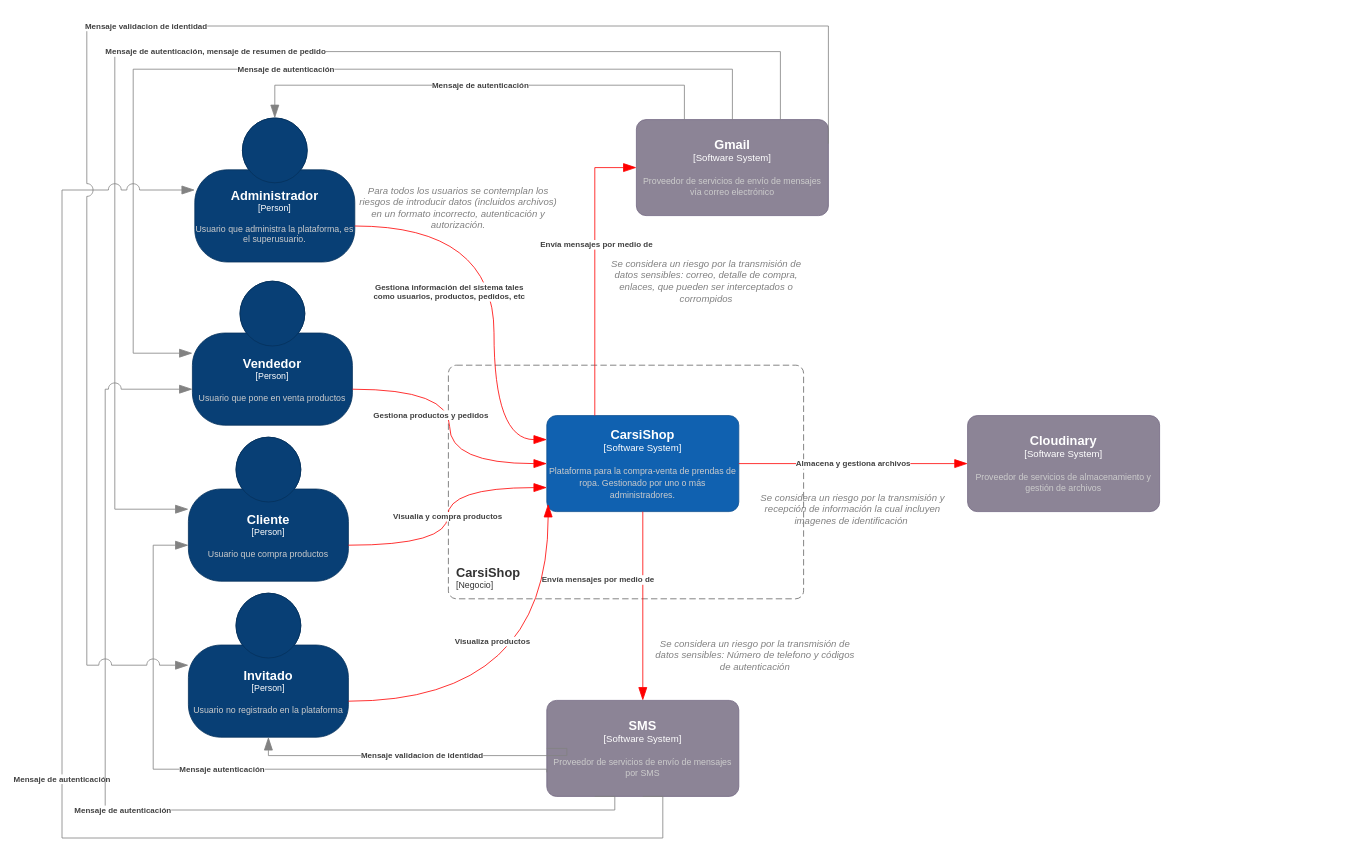
EmilianoChofis/c4CarsiShop keeps this draw.io diagram as page "contexto con riesgos" (1 of 10) of Diagrama/c4CarsiShop.drawio. Above is the earlier version. Source tidied: cells renumbered, new cells numbered last; positions are measured from the earlier drawing's top-left corner, leaving out a move shared by most shapes. Both pictures are drawn from the tidied source at 80%, with x=0, y=0 at pixel (62, 26).
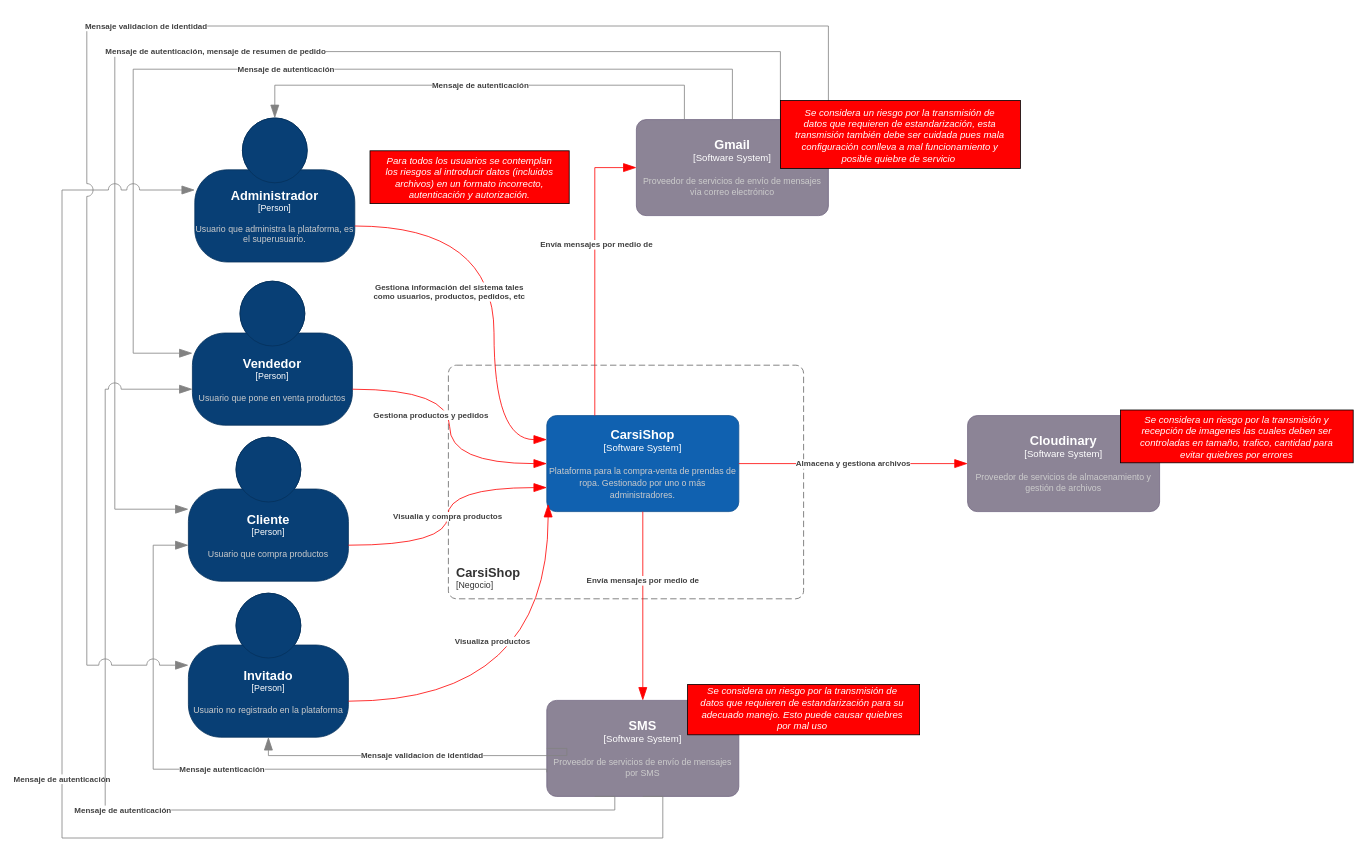
The same diagram, later.

Commit message:
contexto-riesgos actualizado

Unchanged cells that the change refers to:
```xml
<object id="7" label="&lt;font style=&quot;font-size: 16px&quot;&gt;&lt;b&gt;%c4Name%&lt;/b&gt;&lt;/font&gt;&lt;div&gt;[%c4Type%]&lt;/div&gt;&lt;br&gt;&lt;div&gt;&lt;font style=&quot;font-size: 11px&quot;&gt;&lt;font color=&quot;#cccccc&quot;&gt;%c4Description%&lt;/font&gt;&lt;/div&gt;" c4Description="Plataforma para la compra-venta de prendas de ropa. Gestionado por uno o más administradores." c4Name="CarsiShop" c4Type="Software System" placeholders="1">
  <mxCell style="rounded=1;whiteSpace=wrap;html=1;labelBackgroundColor=none;fillColor=#1061B0;fontColor=#ffffff;align=center;arcSize=10;strokeColor=#0D5091;points=[[0.25,0,0],[0.5,0,0],[0.75,0,0],[1,0.25,0],[1,0.5,0],[1,0.75,0],[0.75,1,0],[0.5,1,0],[0.25,1,0],[0,0.75,0],[0,0.5,0],[0,0.25,0]];" parent="1" vertex="1">
    <mxGeometry x="606" y="487" width="240" height="120" as="geometry" />
  </mxCell>
</object>
```

Diff of the diagram source:
```diff
@@
+    <object id="10" label="&lt;font style=&quot;font-size: 16px&quot;&gt;&lt;b&gt;%c4Name%&lt;/b&gt;&lt;/font&gt;&lt;div&gt;[%c4Type%]&lt;/div&gt;&lt;br&gt;&lt;div&gt;&lt;font style=&quot;font-size: 11px&quot;&gt;&lt;font color=&quot;#cccccc&quot;&gt;%c4Description%&lt;/font&gt;&lt;/div&gt;" c4Description="Proveedor de servicios de envío de mensajes por SMS" c4Name="SMS " c4Type="Software System" placeholders="1">
+      <mxCell style="rounded=1;whiteSpace=wrap;html=1;labelBackgroundColor=none;fillColor=#8C8496;fontColor=#ffffff;align=center;arcSize=10;strokeColor=#736782;points=[[0.25,0,0],[0.5,0,0],[0.75,0,0],[1,0.25,0],[1,0.5,0],[1,0.75,0],[0.75,1,0],[0.5,1,0],[0.25,1,0],[0,0.75,0],[0,0.5,0],[0,0.25,0]];" parent="1" vertex="1">
+        <mxGeometry x="606" y="843" width="240" height="120" as="geometry" />
+      </mxCell>
+    </object>
+    <mxCell id="30" style="rounded=0;whiteSpace=wrap;html=1;fillColor=#FF0000;" parent="1" vertex="1">
+      <mxGeometry x="782" y="823" width="290" height="63" as="geometry" />
+    </mxCell>
@@
-    <object id="10" label="&lt;font style=&quot;font-size: 16px&quot;&gt;&lt;b&gt;%c4Name%&lt;/b&gt;&lt;/font&gt;&lt;div&gt;[%c4Type%]&lt;/div&gt;&lt;br&gt;&lt;div&gt;&lt;font style=&quot;font-size: 11px&quot;&gt;&lt;font color=&quot;#cccccc&quot;&gt;%c4Description%&lt;/font&gt;&lt;/div&gt;" c4Description="Proveedor de servicios de envío de mensajes por SMS" c4Name="SMS " c4Type="Software System" placeholders="1">
-      <mxCell style="rounded=1;whiteSpace=wrap;html=1;labelBackgroundColor=none;fillColor=#8C8496;fontColor=#ffffff;align=center;arcSize=10;strokeColor=#736782;points=[[0.25,0,0],[0.5,0,0],[0.75,0,0],[1,0.25,0],[1,0.5,0],[1,0.75,0],[0.75,1,0],[0.5,1,0],[0.25,1,0],[0,0.75,0],[0,0.5,0],[0,0.25,0]];" parent="1" vertex="1">
-        <mxGeometry x="606" y="843" width="240" height="120" as="geometry" />
-      </mxCell>
-    </object>
     <object id="11" label="&lt;div style=&quot;text-align: left&quot;&gt;&lt;div style=&quot;text-align: center&quot;&gt;&lt;b&gt;%c4Description%&lt;/b&gt;&lt;/div&gt;" c4Description="Envía mensajes por medio de" placeholders="1">
       <mxCell style="endArrow=blockThin;html=1;fontSize=10;fontColor=#404040;strokeWidth=1;endFill=1;strokeColor=#FF0000;elbow=vertical;endSize=14;startSize=14;jumpStyle=arc;jumpSize=16;rounded=0;edgeStyle=orthogonalEdgeStyle;entryX=0.5;entryY=0;entryDx=0;entryDy=0;entryPerimeter=0;exitX=0.5;exitY=1;exitDx=0;exitDy=0;exitPerimeter=0;" parent="1" edge="1" source="7" target="10">
-        <mxGeometry x="-0.28" y="-56" relative="1" as="geometry" />
+        <mxGeometry x="-0.27" relative="1" as="geometry" />
       </mxCell>
     </object>
@@
-    <mxCell id="26" value="&lt;i&gt;&lt;font color=&quot;#808080&quot;&gt;Se considera un riesgo por la transmisión de datos sensibles: correo, detalle de compra, enlaces, que pueden ser interceptados o corrompidos&lt;/font&gt;&lt;/i&gt;" style="text;strokeColor=none;align=center;fillColor=none;html=1;verticalAlign=middle;whiteSpace=wrap;rounded=0;" parent="1" vertex="1">
-      <mxGeometry x="676" y="304" width="259" height="30" as="geometry" />
-    </mxCell>
-    <mxCell id="27" value="&lt;i&gt;&lt;font color=&quot;#808080&quot;&gt;Se considera un riesgo por la transmisión y recepción de información la cual incluyen imagenes de identificación&amp;nbsp;&lt;/font&gt;&lt;/i&gt;" style="text;strokeColor=none;align=center;fillColor=none;html=1;verticalAlign=middle;whiteSpace=wrap;rounded=0;" parent="1" vertex="1">
-      <mxGeometry x="859" y="589" width="259" height="30" as="geometry" />
-    </mxCell>
-    <mxCell id="28" value="&lt;i&gt;&lt;font color=&quot;#808080&quot;&gt;Se considera un riesgo por la transmisión de datos sensibles: Número de telefono y códigos de autenticación&lt;/font&gt;&lt;/i&gt;" style="text;strokeColor=none;align=center;fillColor=none;html=1;verticalAlign=middle;whiteSpace=wrap;rounded=0;" parent="1" vertex="1">
-      <mxGeometry x="737" y="772" width="259" height="30" as="geometry" />
+    <mxCell id="28" value="&lt;i&gt;&lt;font color=&quot;#ffffff&quot;&gt;Se considera un riesgo por la transmisión de datos que requieren de estandarización para su adecuado manejo. Esto puede causar quiebres por mal uso&lt;/font&gt;&lt;/i&gt;" style="text;strokeColor=none;align=center;fillColor=none;html=1;verticalAlign=middle;whiteSpace=wrap;rounded=0;" parent="1" vertex="1">
+      <mxGeometry x="795.5" y="838" width="259" height="30" as="geometry" />
     </mxCell>
-    <mxCell id="29" value="&lt;i&gt;&lt;font color=&quot;#808080&quot;&gt;Para todos los usuarios se contemplan los riesgos de introducir datos (incluidos archivos) en un formato incorrecto, autenticación y autorización.&lt;/font&gt;&lt;/i&gt;" style="text;strokeColor=none;align=center;fillColor=none;html=1;verticalAlign=middle;whiteSpace=wrap;rounded=0;" parent="1" vertex="1">
-      <mxGeometry x="366" y="212" width="259" height="30" as="geometry" />
-    </mxCell>
+    <mxCell id="31" style="group;" parent="1" vertex="1">
+      <mxGeometry x="1323" y="480" width="291" height="66" as="geometry" />
+    </mxCell>
+    <mxCell id="32" style="rounded=0;whiteSpace=wrap;html=1;fillColor=#FF0000;" parent="31" vertex="1">
+      <mxGeometry width="291" height="66" as="geometry" />
+    </mxCell>
+    <mxCell id="33" value="&lt;i&gt;&lt;font color=&quot;#ffffff&quot;&gt;Se considera un riesgo por la transmisión y recepción de imagenes las cuales deben ser controladas en tamaño, trafico, cantidad para evitar quiebres por errores&lt;/font&gt;&lt;/i&gt;" style="text;strokeColor=none;align=center;fillColor=none;html=1;verticalAlign=middle;whiteSpace=wrap;rounded=0;" parent="31" vertex="1">
+      <mxGeometry x="13.7" y="14.5" width="262.6" height="39.6" as="geometry" />
+    </mxCell>
+    <mxCell id="34" style="group;" parent="1" vertex="1">
+      <mxGeometry x="898" y="93" width="300" height="85" as="geometry" />
+    </mxCell>
+    <mxCell id="35" style="rounded=0;whiteSpace=wrap;html=1;fillColor=#FF0000;" parent="34" vertex="1">
+      <mxGeometry width="300" height="85" as="geometry" />
+    </mxCell>
+    <mxCell id="36" value="&lt;i&gt;&lt;font color=&quot;#ffffff&quot;&gt;Se considera un riesgo por la transmisión de datos que requieren de estandarización, esta transmisión también debe ser cuidada pues mala configuración conlleva a mal funcionamiento y posible quiebre de servicio&amp;nbsp;&lt;/font&gt;&lt;/i&gt;" style="text;strokeColor=none;align=center;fillColor=none;html=1;verticalAlign=middle;whiteSpace=wrap;rounded=0;" parent="34" vertex="1">
+      <mxGeometry x="14.1" y="18.7" width="270.7" height="51" as="geometry" />
+    </mxCell>
+    <mxCell id="37" style="group;" parent="1" vertex="1">
+      <mxGeometry x="385" y="156" width="249" height="66" as="geometry" />
+    </mxCell>
+    <mxCell id="38" style="rounded=0;whiteSpace=wrap;html=1;fillColor=#FF0000;" parent="37" vertex="1">
+      <mxGeometry width="249" height="66" as="geometry" />
+    </mxCell>
+    <mxCell id="39" value="&lt;i&gt;&lt;font color=&quot;#ffffff&quot;&gt;Para todos los usuarios se contemplan los riesgos al introducir datos (incluidos archivos) en un formato incorrecto, autenticación y autorización.&lt;/font&gt;&lt;/i&gt;" style="text;strokeColor=none;align=center;fillColor=none;html=1;verticalAlign=middle;whiteSpace=wrap;rounded=0;" parent="37" vertex="1">
+      <mxGeometry x="11.7" y="14.5" width="224.7" height="39.6" as="geometry" />
+    </mxCell>
```
